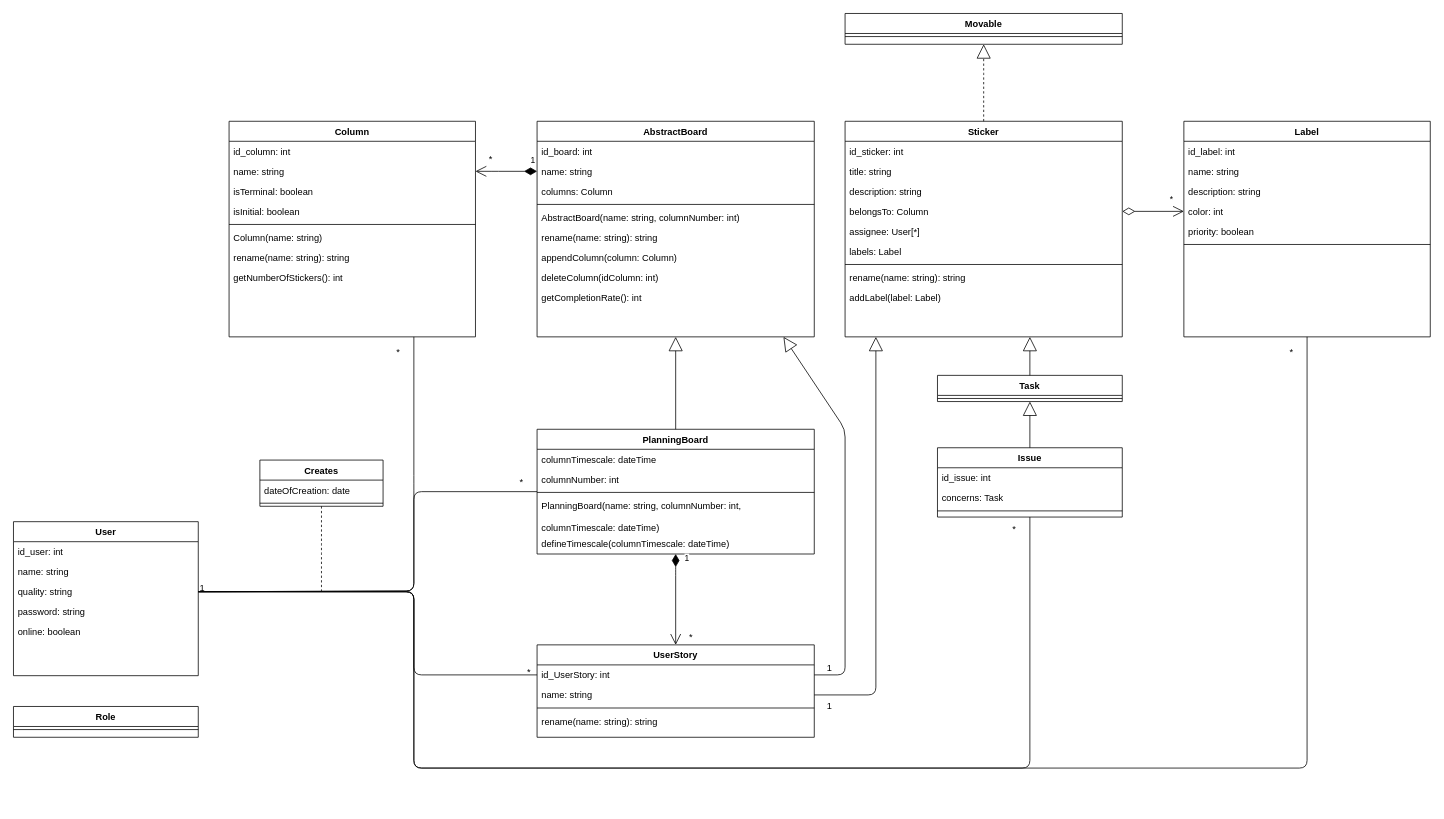
RedaPengam/Boardy keeps this draw.io diagram as diagram/diagram_pb_tb.drawio. Above is the earlier version. Source tidied: cells renumbered, new cells numbered last; positions are measured from the earlier drawing's top-left corner, leaving out a move shared by most shapes. Both pictures are drawn from the tidied source at 77%, with x=0, y=0 at pixel (13, 13).
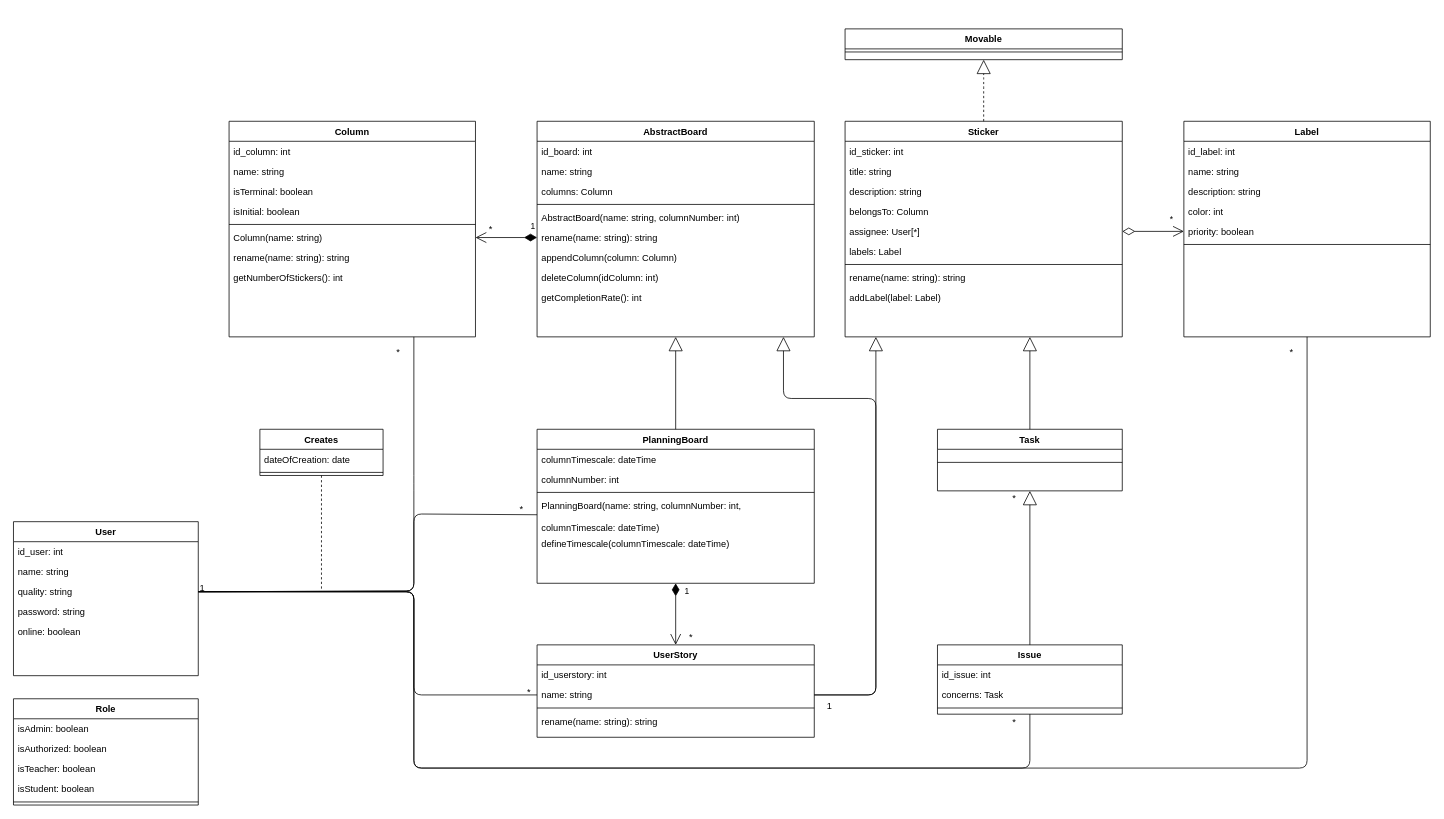
After the change.

The change refers to these unchanged cells:
```xml
<mxCell id="5" value="quality: string" style="text;align=left;verticalAlign=top;spacingLeft=4;spacingRight=4;overflow=hidden;points=[[0,0.5],[1,0.5]];portConstraint=eastwest;rounded=0;shadow=0;html=0;" parent="2" vertex="1">
  <mxGeometry y="78" width="240" height="26" as="geometry" />
</mxCell>
<mxCell id="10" value="name: string" style="text;align=left;verticalAlign=top;spacingLeft=4;spacingRight=4;overflow=hidden;points=[[0,0.5],[1,0.5]];portConstraint=eastwest;rounded=0;shadow=0;html=0;" parent="8" vertex="1">
  <mxGeometry y="52" width="360" height="26" as="geometry" />
</mxCell>
<mxCell id="14" value="rename(name: string): string" style="text;align=left;verticalAlign=top;spacingLeft=4;spacingRight=4;overflow=hidden;points=[[0,0.5],[1,0.5]];portConstraint=eastwest;" parent="8" vertex="1">
  <mxGeometry y="138" width="360" height="26" as="geometry" />
</mxCell>
<mxCell id="22" value="PlanningBoard(name: string, columnNumber: int, &#10;&#10;columnTimescale: dateTime)" style="text;align=left;verticalAlign=top;spacingLeft=4;spacingRight=4;overflow=hidden;points=[[0,0.5],[1,0.5]];portConstraint=eastwest;" parent="18" vertex="1">
  <mxGeometry y="86" width="360" height="50" as="geometry" />
</mxCell>
<mxCell id="24" value="UserStory" style="swimlane;fontStyle=1;align=center;verticalAlign=top;horizontal=1;startSize=26;rounded=0;shadow=0;strokeWidth=1;" parent="1" vertex="1">
  <mxGeometry x="680" y="820" width="360" height="120" as="geometry" />
</mxCell>
<mxCell id="26" value="name: string" style="text;align=left;verticalAlign=top;spacingLeft=4;spacingRight=4;overflow=hidden;points=[[0,0.5],[1,0.5]];portConstraint=eastwest;rounded=0;shadow=0;html=0;" parent="24" vertex="1">
  <mxGeometry y="52" width="360" height="26" as="geometry" />
</mxCell>
<mxCell id="33" value="belongsTo: Column" style="text;align=left;verticalAlign=top;spacingLeft=4;spacingRight=4;overflow=hidden;points=[[0,0.5],[1,0.5]];portConstraint=eastwest;rounded=0;shadow=0;html=0;" parent="29" vertex="1">
  <mxGeometry y="104" width="360" height="26" as="geometry" />
</mxCell>
<mxCell id="34" value="assignee: User[*]" style="text;align=left;verticalAlign=top;spacingLeft=4;spacingRight=4;overflow=hidden;points=[[0,0.5],[1,0.5]];portConstraint=eastwest;rounded=0;shadow=0;html=0;" parent="29" vertex="1">
  <mxGeometry y="130" width="360" height="26" as="geometry" />
</mxCell>
<mxCell id="59" value="name: string" style="text;align=left;verticalAlign=top;spacingLeft=4;spacingRight=4;overflow=hidden;points=[[0,0.5],[1,0.5]];portConstraint=eastwest;rounded=0;shadow=0;html=0;" parent="57" vertex="1">
  <mxGeometry y="52" width="320" height="26" as="geometry" />
</mxCell>
<mxCell id="63" value="Column(name: string)" style="text;align=left;verticalAlign=top;spacingLeft=4;spacingRight=4;overflow=hidden;points=[[0,0.5],[1,0.5]];portConstraint=eastwest;" parent="57" vertex="1">
  <mxGeometry y="138" width="320" height="26" as="geometry" />
</mxCell>
<mxCell id="70" value="color: int" style="text;align=left;verticalAlign=top;spacingLeft=4;spacingRight=4;overflow=hidden;points=[[0,0.5],[1,0.5]];portConstraint=eastwest;" parent="66" vertex="1">
  <mxGeometry y="104" width="320" height="26" as="geometry" />
</mxCell>
<mxCell id="71" value="priority: boolean" style="text;align=left;verticalAlign=top;spacingLeft=4;spacingRight=4;overflow=hidden;points=[[0,0.5],[1,0.5]];portConstraint=eastwest;" parent="66" vertex="1">
  <mxGeometry y="130" width="320" height="26" as="geometry" />
</mxCell>
```

Diff of the diagram source:
```diff
@@
     <mxCell id="18" value="PlanningBoard" style="swimlane;fontStyle=1;align=center;verticalAlign=top;horizontal=1;startSize=26;rounded=0;shadow=0;strokeWidth=1;" parent="1" vertex="1">
-      <mxGeometry x="680" y="540" width="360" height="162" as="geometry" />
+      <mxGeometry x="680" y="540" width="360" height="200" as="geometry" />
     </mxCell>
@@
-    <mxCell id="25" value="id_UserStory: int" style="text;align=left;verticalAlign=top;spacingLeft=4;spacingRight=4;overflow=hidden;points=[[0,0.5],[1,0.5]];portConstraint=eastwest;rounded=0;shadow=0;html=0;" parent="24" vertex="1">
+    <mxCell id="25" value="id_userstory: int" style="text;align=left;verticalAlign=top;spacingLeft=4;spacingRight=4;overflow=hidden;points=[[0,0.5],[1,0.5]];portConstraint=eastwest;rounded=0;shadow=0;html=0;" parent="24" vertex="1">
       <mxGeometry y="26" width="360" height="26" as="geometry" />
     </mxCell>
@@
     <mxCell id="40" value="1" style="endArrow=open;html=1;endSize=12;startArrow=diamondThin;startSize=14;startFill=1;edgeStyle=orthogonalEdgeStyle;align=left;verticalAlign=bottom;entryX=0.5;entryY=0;entryDx=0;entryDy=0;exitX=0.5;exitY=1;exitDx=0;exitDy=0;" parent="1" edge="1" source="18" target="24">
-      <mxGeometry x="-0.75" y="10" relative="1" as="geometry">
-        <Array as="points">
-          <mxPoint x="860" y="720" />
-          <mxPoint x="860" y="720" />
-        </Array>
-      </mxGeometry>
+      <mxGeometry x="-0.5" y="10" relative="1" as="geometry" />
     </mxCell>
     <mxCell id="41" value="Issue" style="swimlane;fontStyle=1;align=center;verticalAlign=top;horizontal=1;startSize=26;rounded=0;shadow=0;strokeWidth=1;" parent="1" vertex="1">
-      <mxGeometry x="1200" y="564" width="240" height="90" as="geometry" />
+      <mxGeometry x="1200" y="820" width="240" height="90" as="geometry" />
     </mxCell>
@@
-    <mxCell id="46" value="1" style="text;html=1;strokeColor=none;fillColor=none;align=center;verticalAlign=middle;whiteSpace=wrap;rounded=0;" parent="1" vertex="1">
-      <mxGeometry x="1040" y="840" width="40" height="20" as="geometry" />
-    </mxCell>
@@
     <mxCell id="49" value="Creates" style="swimlane;fontStyle=1;align=center;verticalAlign=top;horizontal=1;startSize=26;" parent="1" vertex="1">
-      <mxGeometry x="320" y="580" width="160" height="60" as="geometry" />
+      <mxGeometry x="320" y="540" width="160" height="60" as="geometry" />
     </mxCell>
@@
-    <mxCell id="52" style="endArrow=none;shadow=0;strokeWidth=1;endFill=0;edgeStyle=orthogonalEdgeStyle;elbow=vertical;entryX=0;entryY=0.5;entryDx=0;entryDy=0;exitX=1;exitY=0.5;exitDx=0;exitDy=0;" parent="1" edge="1" source="5" target="25">
+    <mxCell id="52" style="endArrow=none;shadow=0;strokeWidth=1;endFill=0;edgeStyle=orthogonalEdgeStyle;elbow=vertical;entryX=0;entryY=0.5;entryDx=0;entryDy=0;exitX=1;exitY=0.5;exitDx=0;exitDy=0;" parent="1" edge="1" source="5" target="26">
       <mxGeometry x="0.5" y="41" relative="1" as="geometry">
         <Array as="points">
           <mxPoint x="520" y="751" />
-          <mxPoint x="520" y="859" />
+          <mxPoint x="520" y="885" />
         </Array>
         <mxPoint x="-40" y="32" as="offset" />
       </mxGeometry>
     </mxCell>
@@
     <mxCell id="55" value="Role" style="swimlane;fontStyle=1;align=center;verticalAlign=top;horizontal=1;startSize=26;rounded=0;shadow=0;strokeWidth=1;" parent="1" vertex="1">
-      <mxGeometry y="900" width="240" height="40" as="geometry" />
+      <mxGeometry y="890" width="240" height="138" as="geometry" />
     </mxCell>
+    <mxCell id="93" value="isAdmin: boolean" style="text;align=left;verticalAlign=top;spacingLeft=4;spacingRight=4;overflow=hidden;rounded=0;shadow=0;html=0;" parent="55" vertex="1">
+      <mxGeometry y="26" width="240" height="26" as="geometry" />
+    </mxCell>
+    <mxCell id="94" value="isAuthorized: boolean" style="text;align=left;verticalAlign=top;spacingLeft=4;spacingRight=4;overflow=hidden;rounded=0;shadow=0;html=0;" parent="55" vertex="1">
+      <mxGeometry y="52" width="240" height="26" as="geometry" />
+    </mxCell>
+    <mxCell id="95" value="isTeacher: boolean" style="text;align=left;verticalAlign=top;spacingLeft=4;spacingRight=4;overflow=hidden;rounded=0;shadow=0;html=0;" parent="55" vertex="1">
+      <mxGeometry y="78" width="240" height="26" as="geometry" />
+    </mxCell>
+    <mxCell id="96" value="isStudent: boolean" style="text;align=left;verticalAlign=top;spacingLeft=4;spacingRight=4;overflow=hidden;rounded=0;shadow=0;html=0;" parent="55" vertex="1">
+      <mxGeometry y="104" width="240" height="26" as="geometry" />
+    </mxCell>
     <mxCell id="56" style="line;html=1;strokeWidth=1;align=left;verticalAlign=middle;spacingTop=-1;spacingLeft=3;spacingRight=3;labelPosition=right;" parent="55" vertex="1">
-      <mxGeometry y="26" width="240" height="8" as="geometry" />
+      <mxGeometry y="130" width="240" height="8" as="geometry" />
     </mxCell>
@@
-    <mxCell id="73" value="&lt;div&gt;&lt;br&gt;&lt;/div&gt;" style="endArrow=block;endSize=16;endFill=0;html=1;exitX=1;exitY=0.5;exitDx=0;exitDy=0;" parent="1" edge="1" source="25">
+    <mxCell id="73" value="&lt;div&gt;&lt;br&gt;&lt;/div&gt;" style="endArrow=block;endSize=16;endFill=0;html=1;exitX=1;exitY=0.5;exitDx=0;exitDy=0;" parent="1" edge="1" source="26">
       <mxGeometry x="0.84" y="10" relative="1" as="geometry">
         <mxPoint x="1000" y="420" as="targetPoint" />
         <Array as="points">
-          <mxPoint x="1080" y="859" />
-          <mxPoint x="1080" y="540" />
+          <mxPoint x="1120" y="885" />
+          <mxPoint x="1120" y="500" />
+          <mxPoint x="1000" y="500" />
         </Array>
       </mxGeometry>
     </mxCell>
@@
     <mxCell id="75" value="Movable" style="swimlane;fontStyle=1;align=center;verticalAlign=top;horizontal=1;startSize=26;rounded=0;shadow=0;strokeWidth=1;" parent="1" vertex="1">
-      <mxGeometry x="1080" width="360" height="40" as="geometry" />
+      <mxGeometry x="1080" y="20" width="360" height="40" as="geometry" />
     </mxCell>
@@
-    <mxCell id="77" value="*" style="endArrow=open;html=1;endSize=12;startArrow=diamondThin;startSize=14;startFill=0;edgeStyle=orthogonalEdgeStyle;align=left;verticalAlign=bottom;exitX=1;exitY=0.5;exitDx=0;exitDy=0;entryX=0;entryY=0.5;entryDx=0;entryDy=0;" parent="1" edge="1" source="33" target="70">
+    <mxCell id="77" value="*" style="endArrow=open;html=1;endSize=12;startArrow=diamondThin;startSize=14;startFill=0;edgeStyle=orthogonalEdgeStyle;align=left;verticalAlign=bottom;exitX=1;exitY=0.5;exitDx=0;exitDy=0;entryX=0;entryY=0.5;entryDx=0;entryDy=0;" parent="1" edge="1" source="34" target="71">
       <mxGeometry x="0.5" y="7" relative="1" as="geometry" />
     </mxCell>
     <mxCell id="78" value="Task" style="swimlane;fontStyle=1;align=center;verticalAlign=top;horizontal=1;startSize=26;rounded=0;shadow=0;strokeWidth=1;" parent="1" vertex="1">
-      <mxGeometry x="1200" y="470" width="240" height="34" as="geometry" />
+      <mxGeometry x="1200" y="540" width="240" height="80" as="geometry" />
     </mxCell>
     <mxCell id="79" style="line;html=1;strokeWidth=1;align=left;verticalAlign=middle;spacingTop=-1;spacingLeft=3;spacingRight=3;labelPosition=right;" parent="78" vertex="1">
-      <mxGeometry y="26" width="240" height="8" as="geometry" />
+      <mxGeometry y="26" width="240" height="34" as="geometry" />
     </mxCell>
@@
-    <mxCell id="83" value="1" style="endArrow=open;html=1;endSize=12;startArrow=diamondThin;startSize=14;startFill=1;edgeStyle=orthogonalEdgeStyle;align=left;verticalAlign=bottom;entryX=1;entryY=0.5;entryDx=0;entryDy=0;exitX=0;exitY=0.5;exitDx=0;exitDy=0;" parent="1" edge="1" source="10" target="59">
-      <mxGeometry x="-0.75" y="-5" relative="1" as="geometry">
-        <Array as="points">
-          <mxPoint x="620" y="205" />
-          <mxPoint x="620" y="205" />
-        </Array>
-      </mxGeometry>
+    <mxCell id="83" value="1" style="endArrow=open;html=1;endSize=12;startArrow=diamondThin;startSize=14;startFill=1;edgeStyle=orthogonalEdgeStyle;align=left;verticalAlign=bottom;entryX=1;entryY=0.5;entryDx=0;entryDy=0;exitX=0;exitY=0.5;exitDx=0;exitDy=0;" parent="1" edge="1" source="14" target="63">
+      <mxGeometry x="-0.75" y="-5" relative="1" as="geometry" />
     </mxCell>
     <mxCell id="84" value="*" style="text;html=1;strokeColor=none;fillColor=none;align=center;verticalAlign=middle;whiteSpace=wrap;rounded=0;" parent="1" vertex="1">
-      <mxGeometry x="600" y="180" width="40" height="20" as="geometry" />
+      <mxGeometry x="600" y="270" width="40" height="20" as="geometry" />
     </mxCell>
-    <mxCell id="85" style="endArrow=none;html=1;entryX=0;entryY=0.5;entryDx=0;entryDy=0;exitX=1;exitY=0.5;exitDx=0;exitDy=0;" parent="1" edge="1" source="5" target="18">
+    <mxCell id="85" style="endArrow=none;html=1;entryX=0;entryY=0.5;entryDx=0;entryDy=0;exitX=1;exitY=0.5;exitDx=0;exitDy=0;" parent="1" edge="1" source="5" target="22">
       <mxGeometry relative="1" as="geometry">
         <Array as="points">
           <mxPoint x="520" y="750" />
-          <mxPoint x="520" y="621" />
+          <mxPoint x="520" y="650" />
         </Array>
       </mxGeometry>
     </mxCell>
@@
     <mxCell id="89" value="*" style="text;html=1;strokeColor=none;fillColor=none;align=center;verticalAlign=middle;whiteSpace=wrap;rounded=0;" parent="1" vertex="1">
-      <mxGeometry x="640" y="599" width="40" height="20" as="geometry" />
+      <mxGeometry x="640" y="634" width="40" height="20" as="geometry" />
     </mxCell>
     <mxCell id="90" value="*" style="text;html=1;strokeColor=none;fillColor=none;align=center;verticalAlign=middle;whiteSpace=wrap;rounded=0;" parent="1" vertex="1">
-      <mxGeometry x="1280" y="660" width="40" height="20" as="geometry" />
+      <mxGeometry x="1280" y="620" width="40" height="20" as="geometry" />
     </mxCell>
@@
+    <mxCell id="97" value="*" style="text;html=1;strokeColor=none;fillColor=none;align=center;verticalAlign=middle;whiteSpace=wrap;rounded=0;" parent="1" vertex="1">
+      <mxGeometry x="1280" y="910" width="40" height="20" as="geometry" />
+    </mxCell>
```
